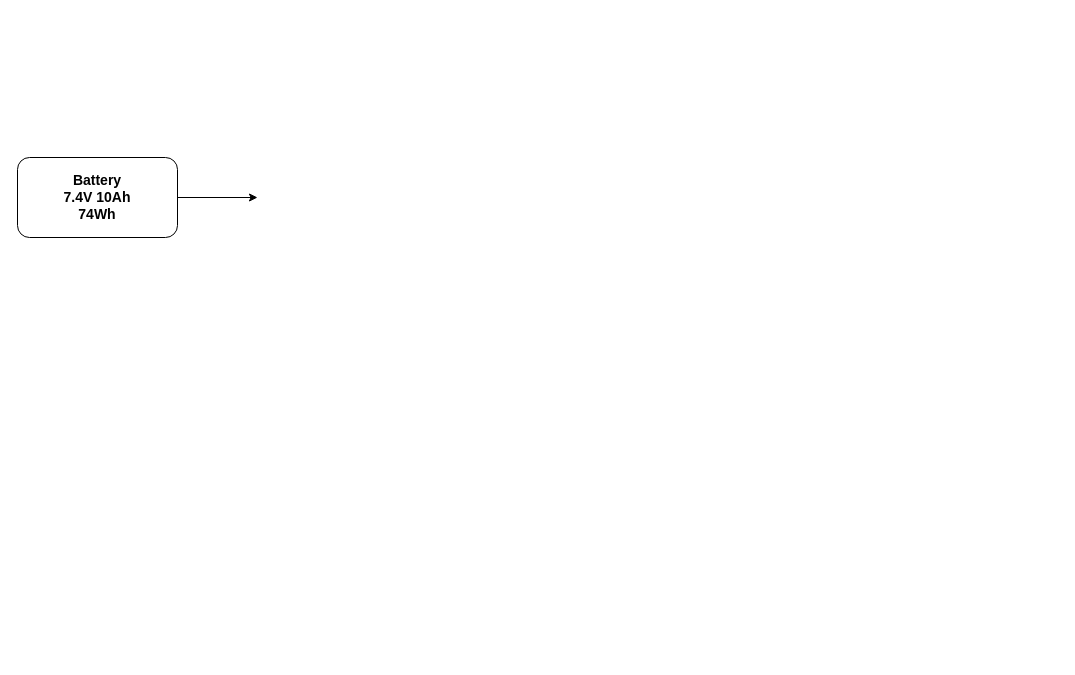
This is Documents/Design approach.drawio from eSpark-Backup/jakekrum-catanboard, a draw.io file, before an edit. Source tidied: cells renumbered, new cells numbered last; positions are measured from the earlier drawing's top-left corner, leaving out a move shared by most shapes. Both pictures are drawn from the tidied source at 100%, with x=0, y=0 at pixel (17, 157).
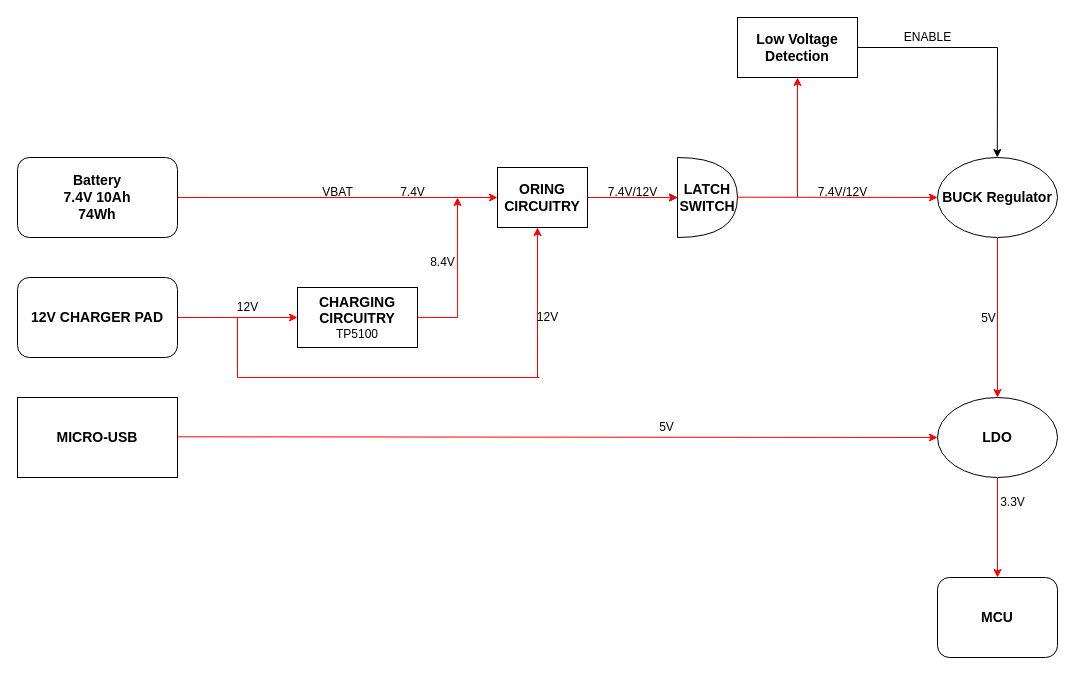
The same page after the edit.

Unchanged cells that the change refers to:
```xml
<mxCell id="2" value="&lt;b style=&quot;font-size: 14px;&quot;&gt;Battery&lt;br&gt;7.4V 10Ah&lt;br&gt;74Wh&lt;/b&gt;" style="rounded=1;whiteSpace=wrap;html=1;" parent="1" vertex="1">
  <mxGeometry width="160" height="80" as="geometry" />
</mxCell>
```

What changed in the source:
```diff
@@
-    <mxCell id="3" style="endArrow=classic;html=1;rounded=0;" parent="1" edge="1">
+    <mxCell id="3" style="endArrow=classic;html=1;rounded=0;strokeColor=#FF0000;exitX=1;exitY=0.5;exitDx=0;exitDy=0;" parent="1" edge="1" source="2">
       <mxGeometry relative="1" as="geometry">
-        <mxPoint x="160" y="40" as="sourcePoint" />
-        <mxPoint x="240" y="40" as="targetPoint" />
+        <mxPoint x="480" y="40" as="targetPoint" />
       </mxGeometry>
     </mxCell>
+    <mxCell id="4" value="&lt;b&gt;&lt;font style=&quot;font-size: 14px;&quot;&gt;MICRO-USB&lt;/font&gt;&lt;/b&gt;" style="rounded=0;whiteSpace=wrap;html=1;" parent="1" vertex="1">
+      <mxGeometry y="240" width="160" height="80" as="geometry" />
+    </mxCell>
+    <mxCell id="5" value="&lt;font style=&quot;font-size: 14px;&quot;&gt;&lt;b&gt;12V CHARGER PAD&lt;/b&gt;&lt;/font&gt;" style="rounded=1;whiteSpace=wrap;html=1;" parent="1" vertex="1">
+      <mxGeometry y="120" width="160" height="80" as="geometry" />
+    </mxCell>
+    <mxCell id="6" value="&lt;font style=&quot;&quot;&gt;&lt;span style=&quot;font-weight: bold; font-size: 14px;&quot;&gt;CHARGING CIRCUITRY&lt;/span&gt;&lt;br&gt;&lt;font style=&quot;font-size: 12px;&quot;&gt;TP5100&lt;/font&gt;&lt;br&gt;&lt;/font&gt;" style="rounded=0;whiteSpace=wrap;html=1;" parent="1" vertex="1">
+      <mxGeometry x="280" y="130" width="120" height="60" as="geometry" />
+    </mxCell>
+    <mxCell id="7" style="endArrow=classic;html=1;rounded=0;entryX=0;entryY=0.5;entryDx=0;entryDy=0;strokeColor=#FF0000;" parent="1" edge="1" target="6">
+      <mxGeometry relative="1" as="geometry">
+        <mxPoint x="160" y="160" as="sourcePoint" />
+      </mxGeometry>
+    </mxCell>
+    <mxCell id="8" value="12V" style="text;html=1;align=center;verticalAlign=middle;" parent="1" vertex="1">
+      <mxGeometry x="210" y="135" width="40" height="30" as="geometry" />
+    </mxCell>
+    <mxCell id="9" value="8.4V" style="text;html=1;align=center;verticalAlign=middle;" parent="1" vertex="1">
+      <mxGeometry x="400" y="90" width="50" height="30" as="geometry" />
+    </mxCell>
+    <mxCell id="10" style="endArrow=none;html=1;rounded=0;strokeColor=#FF0000;" parent="1" edge="1">
+      <mxGeometry relative="1" as="geometry">
+        <mxPoint x="400" y="159.9" as="sourcePoint" />
+        <mxPoint x="440" y="160" as="targetPoint" />
+      </mxGeometry>
+    </mxCell>
+    <mxCell id="11" value="7.4V" style="text;html=1;align=center;verticalAlign=middle;" parent="1" vertex="1">
+      <mxGeometry x="370" y="20" width="50" height="30" as="geometry" />
+    </mxCell>
+    <mxCell id="12" value="VBAT" style="text;html=1;align=center;verticalAlign=middle;strokeColor=none;fillColor=none;" parent="1" vertex="1">
+      <mxGeometry x="295" y="20" width="50" height="30" as="geometry" />
+    </mxCell>
+    <mxCell id="13" value="&lt;font style=&quot;font-size: 14px;&quot;&gt;&lt;b&gt;LATCH&lt;br&gt;SWITCH&lt;/b&gt;&lt;/font&gt;" style="shape=or;whiteSpace=wrap;html=1;" parent="1" vertex="1">
+      <mxGeometry x="660" width="60" height="80" as="geometry" />
+    </mxCell>
+    <mxCell id="14" style="endArrow=classic;html=1;rounded=0;strokeColor=#FF0000;entryX=0;entryY=0.5;entryDx=0;entryDy=0;" parent="1" edge="1" target="19">
+      <mxGeometry relative="1" as="geometry">
+        <mxPoint x="720" y="39.7" as="sourcePoint" />
+      </mxGeometry>
+    </mxCell>
+    <mxCell id="15" style="endArrow=classic;html=1;rounded=0;strokeColor=#FF0000;" parent="1" edge="1">
+      <mxGeometry relative="1" as="geometry">
+        <mxPoint x="780" y="39.6" as="sourcePoint" />
+        <mxPoint x="780" y="-80" as="targetPoint" />
+      </mxGeometry>
+    </mxCell>
+    <mxCell id="16" value="&lt;font style=&quot;font-size: 14px;&quot;&gt;&lt;b&gt;Low Voltage Detection&lt;/b&gt;&lt;/font&gt;" style="rounded=0;whiteSpace=wrap;html=1;" parent="1" vertex="1">
+      <mxGeometry x="720" y="-140" width="120" height="60" as="geometry" />
+    </mxCell>
+    <mxCell id="17" style="endArrow=none;html=1;rounded=0;" parent="1" edge="1">
+      <mxGeometry relative="1" as="geometry">
+        <mxPoint x="840" y="-110" as="sourcePoint" />
+        <mxPoint x="980" y="-110" as="targetPoint" />
+      </mxGeometry>
+    </mxCell>
+    <mxCell id="18" style="endArrow=classic;html=1;rounded=0;" parent="1" edge="1">
+      <mxGeometry relative="1" as="geometry">
+        <mxPoint x="980" y="-110" as="sourcePoint" />
+        <mxPoint x="979.8" as="targetPoint" />
+      </mxGeometry>
+    </mxCell>
+    <mxCell id="19" value="&lt;font style=&quot;font-size: 14px;&quot;&gt;&lt;b&gt;BUCK Regulator&lt;/b&gt;&lt;/font&gt;" style="ellipse;whiteSpace=wrap;html=1;" parent="1" vertex="1">
+      <mxGeometry x="920" width="120" height="80" as="geometry" />
+    </mxCell>
+    <mxCell id="20" value="ENABLE" style="text;html=1;align=center;verticalAlign=middle;strokeColor=none;fillColor=none;" parent="1" vertex="1">
+      <mxGeometry x="875" y="-135" width="70" height="30" as="geometry" />
+    </mxCell>
+    <mxCell id="21" value="7.4V/12V" style="text;html=1;align=center;verticalAlign=middle;strokeColor=none;fillColor=none;" parent="1" vertex="1">
+      <mxGeometry x="790" y="20" width="70" height="30" as="geometry" />
+    </mxCell>
+    <mxCell id="22" value="&lt;font style=&quot;font-size: 14px;&quot;&gt;&lt;b&gt;LDO&lt;/b&gt;&lt;/font&gt;" style="ellipse;whiteSpace=wrap;html=1;" parent="1" vertex="1">
+      <mxGeometry x="920" y="240" width="120" height="80" as="geometry" />
+    </mxCell>
+    <mxCell id="23" style="endArrow=classic;html=1;rounded=0;strokeColor=#FF0000;entryX=0;entryY=0.5;entryDx=0;entryDy=0;" parent="1" edge="1" target="22">
+      <mxGeometry relative="1" as="geometry">
+        <mxPoint x="160" y="279.3" as="sourcePoint" />
+      </mxGeometry>
+    </mxCell>
+    <mxCell id="24" value="&lt;font style=&quot;font-size: 12px;&quot;&gt;5V&lt;/font&gt;" style="edgeLabel;html=1;align=center;verticalAlign=middle;" parent="23" vertex="1">
+      <mxGeometry x="0.36" y="3" relative="1" as="geometry">
+        <mxPoint x="-29" y="-7" as="offset" />
+      </mxGeometry>
+    </mxCell>
+    <mxCell id="25" style="endArrow=classic;html=1;rounded=0;entryX=0.5;entryY=0;entryDx=0;entryDy=0;strokeColor=#FF0000;exitX=0.5;exitY=1;exitDx=0;exitDy=0;" parent="1" edge="1" source="19" target="22">
+      <mxGeometry relative="1" as="geometry" />
+    </mxCell>
+    <mxCell id="26" value="&lt;font style=&quot;font-size: 12px;&quot;&gt;5V&lt;/font&gt;" style="edgeLabel;html=1;align=center;verticalAlign=middle;" parent="1" vertex="1">
+      <mxGeometry x="970" y="160" as="geometry" />
+    </mxCell>
+    <mxCell id="27" value="&lt;font style=&quot;font-size: 14px;&quot;&gt;&lt;b&gt;MCU&lt;/b&gt;&lt;/font&gt;" style="rounded=1;whiteSpace=wrap;html=1;" parent="1" vertex="1">
+      <mxGeometry x="920" y="420" width="120" height="80" as="geometry" />
+    </mxCell>
+    <mxCell id="28" style="endArrow=classic;html=1;rounded=0;strokeColor=#FF0000;entryX=0.5;entryY=0;entryDx=0;entryDy=0;" parent="1" edge="1" target="27">
+      <mxGeometry relative="1" as="geometry">
+        <mxPoint x="980" y="320" as="sourcePoint" />
+      </mxGeometry>
+    </mxCell>
+    <mxCell id="29" value="3.3V" style="text;html=1;align=center;verticalAlign=middle;strokeColor=none;fillColor=none;" parent="1" vertex="1">
+      <mxGeometry x="970" y="330" width="50" height="30" as="geometry" />
+    </mxCell>
+    <mxCell id="30" style="edgeStyle=orthogonalEdgeStyle;rounded=0;jettySize=auto;html=1;" parent="1" edge="1" source="31" target="13">
+      <mxGeometry relative="1" as="geometry" />
+    </mxCell>
+    <mxCell id="31" value="&lt;b&gt;&lt;font style=&quot;font-size: 14px;&quot;&gt;ORING CIRCUITRY&lt;/font&gt;&lt;/b&gt;" style="rounded=0;whiteSpace=wrap;html=1;" parent="1" vertex="1">
+      <mxGeometry x="480" y="10" width="90" height="60" as="geometry" />
+    </mxCell>
+    <mxCell id="32" style="endArrow=classic;html=1;rounded=0;strokeColor=#FF0000;" parent="1" edge="1">
+      <mxGeometry relative="1" as="geometry">
+        <mxPoint x="570" y="40" as="sourcePoint" />
+        <mxPoint x="660" y="40" as="targetPoint" />
+      </mxGeometry>
+    </mxCell>
+    <mxCell id="33" style="endArrow=classic;html=1;rounded=0;strokeColor=#FF0000;" parent="1" edge="1">
+      <mxGeometry relative="1" as="geometry">
+        <mxPoint x="440.1" y="160" as="sourcePoint" />
+        <mxPoint x="440" y="40" as="targetPoint" />
+      </mxGeometry>
+    </mxCell>
+    <mxCell id="34" value="7.4V/12V" style="text;html=1;align=center;verticalAlign=middle;strokeColor=none;fillColor=none;" parent="1" vertex="1">
+      <mxGeometry x="580" y="20" width="70" height="30" as="geometry" />
+    </mxCell>
+    <mxCell id="35" style="endArrow=none;html=1;rounded=0;strokeColor=#FF0000;" parent="1" edge="1">
+      <mxGeometry relative="1" as="geometry">
+        <mxPoint x="220" y="220" as="sourcePoint" />
+        <mxPoint x="220" y="160" as="targetPoint" />
+      </mxGeometry>
+    </mxCell>
+    <mxCell id="36" style="endArrow=none;html=1;rounded=0;strokeColor=#FF0000;" parent="1" edge="1">
+      <mxGeometry relative="1" as="geometry">
+        <mxPoint x="220" y="220" as="sourcePoint" />
+        <mxPoint x="521.8" y="220" as="targetPoint" />
+      </mxGeometry>
+    </mxCell>
+    <mxCell id="37" style="endArrow=classic;html=1;rounded=0;strokeColor=#FF0000;" parent="1" edge="1">
+      <mxGeometry relative="1" as="geometry">
+        <mxPoint x="520" y="220" as="sourcePoint" />
+        <mxPoint x="520" y="70" as="targetPoint" />
+      </mxGeometry>
+    </mxCell>
+    <mxCell id="38" value="12V" style="text;html=1;align=center;verticalAlign=middle;" parent="1" vertex="1">
+      <mxGeometry x="510" y="145" width="40" height="30" as="geometry" />
+    </mxCell>
```
